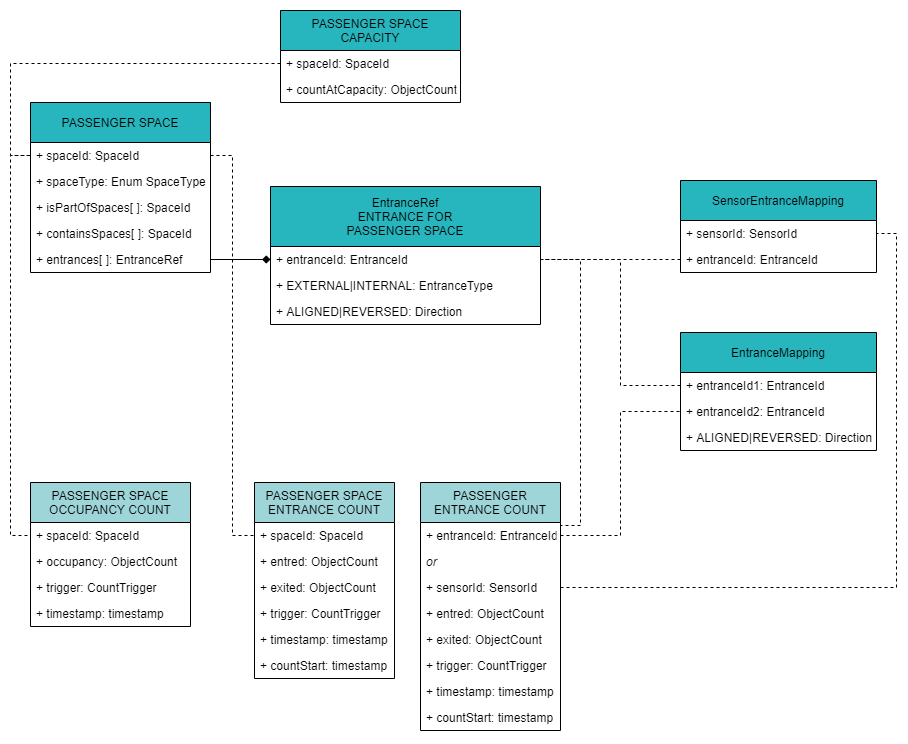
Above: apc/apc-detailed-data-model.drawio.png in A-Fromell-ITxPT/SpecTest (draw.io), before the change. Source tidied: cells renumbered, new cells last; positions are measured from the earlier drawing's top-left corner, leaving out a move shared by most shapes.
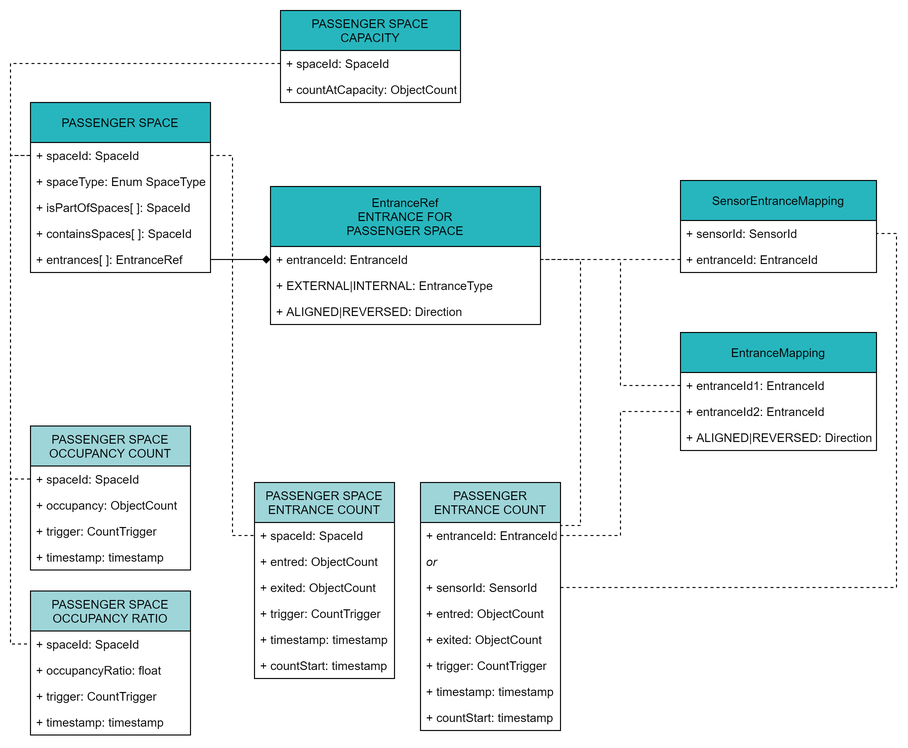
After the change.

What changed in the source:
```diff
@@ -24,7 +24,7 @@
       <mxGeometry y="170" width="140" height="26" as="geometry" />
     </mxCell>
     <mxCell id="9" value="PASSENGER SPACE&#10;OCCUPANCY COUNT" style="swimlane;fontStyle=0;horizontal=1;startSize=40;fillColor=#9ED5D9;" parent="1" vertex="1">
-      <mxGeometry y="472" width="160" height="144" as="geometry" />
+      <mxGeometry y="415.5" width="160" height="144" as="geometry" />
     </mxCell>
     <mxCell id="10" value="+ spaceId: SpaceId" style="text;strokeColor=none;fillColor=none;align=left;verticalAlign=top;spacingLeft=4;spacingRight=4;overflow=hidden;points=[[0,0.5],[1,0.5]];portConstraint=eastwest;" parent="9" vertex="1">
       <mxGeometry y="40" width="160" height="26" as="geometry" />
@@ -162,5 +162,23 @@
         </Array>
       </mxGeometry>
     </mxCell>
+    <mxCell id="52" value="PASSENGER SPACE&#10;OCCUPANCY RATIO" style="swimlane;fontStyle=0;horizontal=1;startSize=40;fillColor=#9ED5D9;" parent="1" vertex="1">
+      <mxGeometry y="580.5" width="160" height="144" as="geometry" />
+    </mxCell>
+    <mxCell id="53" value="+ spaceId: SpaceId" style="text;strokeColor=none;fillColor=none;align=left;verticalAlign=top;spacingLeft=4;spacingRight=4;overflow=hidden;points=[[0,0.5],[1,0.5]];portConstraint=eastwest;" parent="52" vertex="1">
+      <mxGeometry y="40" width="160" height="26" as="geometry" />
+    </mxCell>
+    <mxCell id="54" value="+ occupancyRatio: float" style="text;strokeColor=none;fillColor=none;align=left;verticalAlign=top;spacingLeft=4;spacingRight=4;overflow=hidden;" parent="52" vertex="1">
+      <mxGeometry y="66" width="160" height="26" as="geometry" />
+    </mxCell>
+    <mxCell id="55" value="+ trigger: CountTrigger" style="text;strokeColor=none;fillColor=none;align=left;verticalAlign=top;spacingLeft=4;spacingRight=4;overflow=hidden;" parent="52" vertex="1">
+      <mxGeometry y="92" width="160" height="26" as="geometry" />
+    </mxCell>
+    <mxCell id="56" value="+ timestamp: timestamp" style="text;strokeColor=none;fillColor=none;align=left;verticalAlign=top;spacingLeft=4;spacingRight=4;overflow=hidden;" parent="52" vertex="1">
+      <mxGeometry y="118" width="160" height="26" as="geometry" />
+    </mxCell>
+    <mxCell id="57" style="edgeStyle=orthogonalEdgeStyle;rounded=0;jettySize=auto;html=1;entryX=0;entryY=0.5;entryDx=0;entryDy=0;endArrow=none;endFill=0;dashed=1;" parent="1" edge="1" source="24" target="53">
+      <mxGeometry relative="1" as="geometry" />
+    </mxCell>
   </root>
 </mxGraphModel>
```
